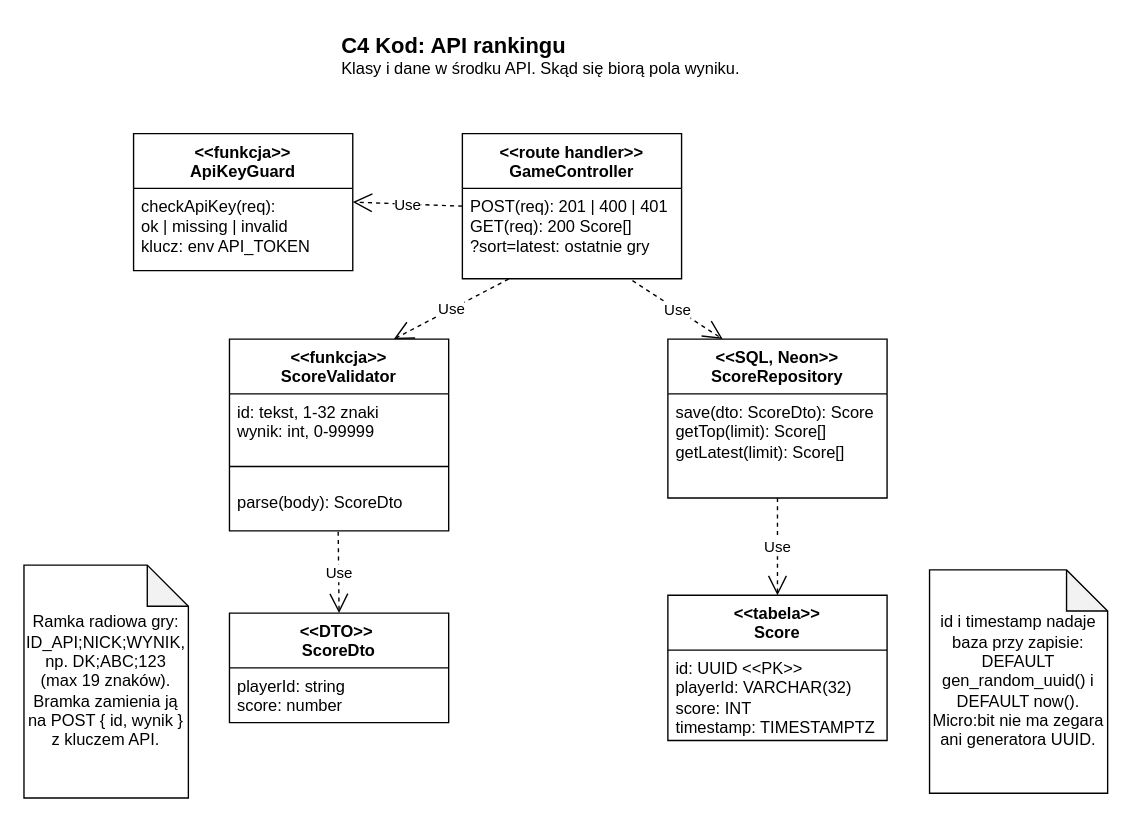
Above: page "C4 Kod API" (4 of 4) of docs/c4-ranking.drawio in Damikk19/Sem5_JiPP (draw.io), before the change. Source tidied: cells renumbered, new cells numbered last; positions are measured from the earlier drawing's top-left corner, leaving out a move shared by most shapes. Both pictures are drawn from the tidied source at 137%, with x=0, y=0 at pixel (23, 23).
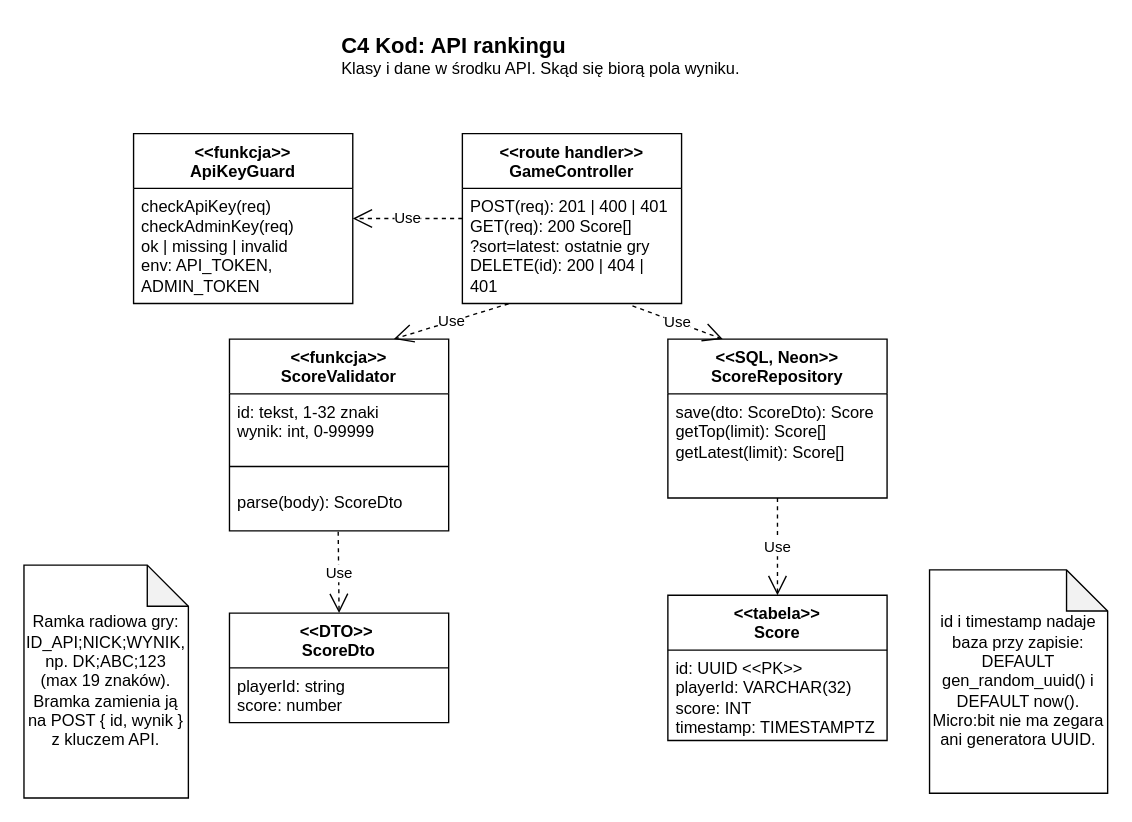
After the change.

Change to the diagram source:
```diff
@@
     <mxCell id="3" value="&lt;div&gt;&amp;lt;&amp;lt;route handler&amp;gt;&amp;gt;&lt;/div&gt;&lt;div&gt;GameController&lt;/div&gt;" style="swimlane;fontStyle=1;align=center;verticalAlign=top;horizontal=1;startSize=40;whiteSpace=wrap;html=1;" parent="1" vertex="1">
-      <mxGeometry x="320" y="80" width="160" height="106" as="geometry" />
+      <mxGeometry x="320" y="80" width="160" height="124" as="geometry" />
     </mxCell>
-    <mxCell id="4" value="&lt;div&gt;POST(req): 201 | 400 | 401&lt;/div&gt;&lt;div&gt;GET(req): 200 Score[]&lt;/div&gt;&lt;div&gt;?sort=latest: ostatnie gry&lt;/div&gt;" style="text;strokeColor=none;fillColor=none;align=left;verticalAlign=top;spacingLeft=4;spacingRight=4;overflow=hidden;points=[[0,0.5],[1,0.5]];portConstraint=eastwest;whiteSpace=wrap;html=1;" parent="3" vertex="1">
-      <mxGeometry y="40" width="160" height="66" as="geometry" />
+    <mxCell id="4" value="&lt;div&gt;POST(req): 201 | 400 | 401&lt;/div&gt;&lt;div&gt;GET(req): 200 Score[]&lt;/div&gt;&lt;div&gt;?sort=latest: ostatnie gry&lt;/div&gt;&lt;div&gt;DELETE(id): 200 | 404 | 401&lt;/div&gt;" style="text;strokeColor=none;fillColor=none;align=left;verticalAlign=top;spacingLeft=4;spacingRight=4;overflow=hidden;points=[[0,0.5],[1,0.5]];portConstraint=eastwest;whiteSpace=wrap;html=1;" parent="3" vertex="1">
+      <mxGeometry y="40" width="160" height="84" as="geometry" />
     </mxCell>
     <mxCell id="5" value="&lt;div&gt;&amp;lt;&amp;lt;funkcja&amp;gt;&amp;gt;&lt;/div&gt;&lt;div&gt;ApiKeyGuard&lt;/div&gt;" style="swimlane;fontStyle=1;align=center;verticalAlign=top;horizontal=1;startSize=40;whiteSpace=wrap;html=1;" parent="1" vertex="1">
-      <mxGeometry x="80" y="80" width="160" height="100" as="geometry" />
+      <mxGeometry x="80" y="80" width="160" height="124" as="geometry" />
     </mxCell>
-    <mxCell id="6" value="&lt;div&gt;checkApiKey(req):&lt;/div&gt;&lt;div&gt;ok | missing | invalid&lt;/div&gt;&lt;div&gt;klucz: env API_TOKEN&lt;/div&gt;" style="text;strokeColor=none;fillColor=none;align=left;verticalAlign=top;spacingLeft=4;spacingRight=4;overflow=hidden;whiteSpace=wrap;html=1;" parent="5" vertex="1">
-      <mxGeometry y="40" width="160" height="60" as="geometry" />
+    <mxCell id="6" value="&lt;div&gt;checkApiKey(req)&lt;/div&gt;&lt;div&gt;checkAdminKey(req)&lt;/div&gt;&lt;div&gt;ok | missing | invalid&lt;/div&gt;&lt;div&gt;env: API_TOKEN, ADMIN_TOKEN&lt;/div&gt;" style="text;strokeColor=none;fillColor=none;align=left;verticalAlign=top;spacingLeft=4;spacingRight=4;overflow=hidden;whiteSpace=wrap;html=1;" parent="5" vertex="1">
+      <mxGeometry y="40" width="160" height="84" as="geometry" />
     </mxCell>
```
